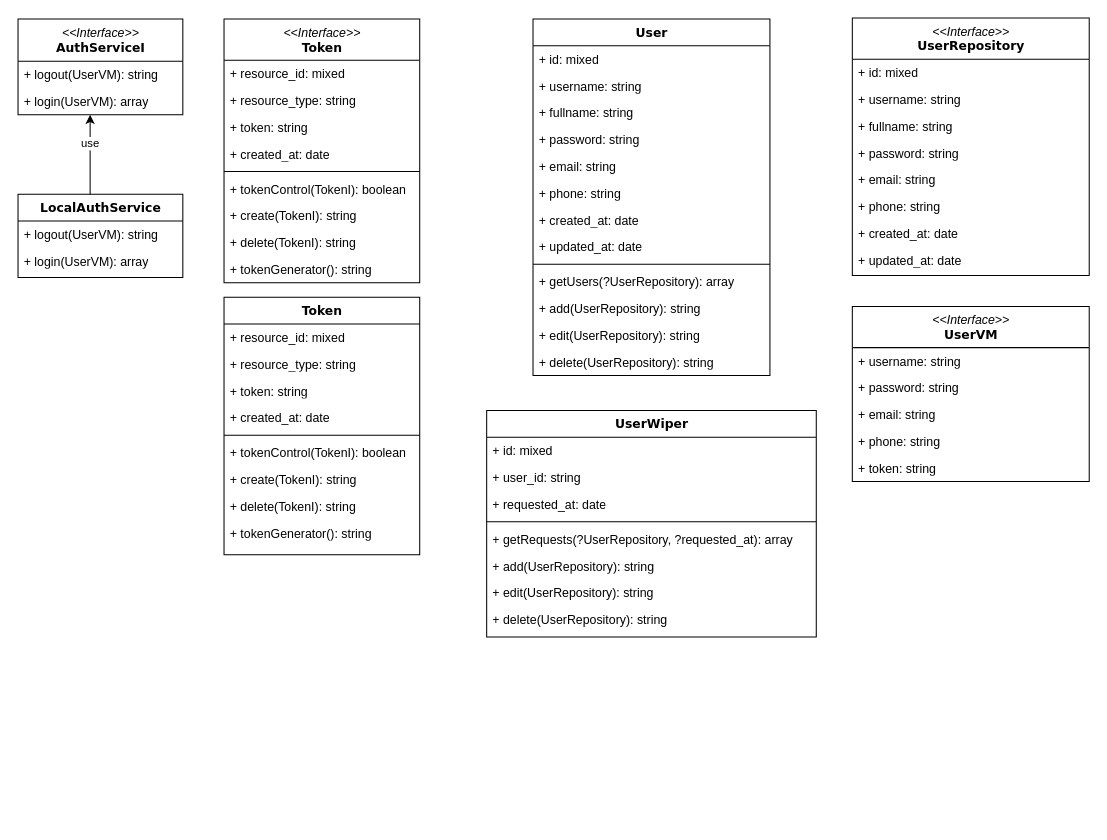
Before: UML/Auth, User Diagram.drawio in hasanuyanik/news-web-app, a draw.io diagram. Source tidied: cells renumbered, new cells numbered last; positions are measured from the earlier drawing's top-left corner, leaving out a move shared by most shapes. Both pictures are drawn from the tidied source at 103%, with x=0, y=0 at pixel (18, 18).
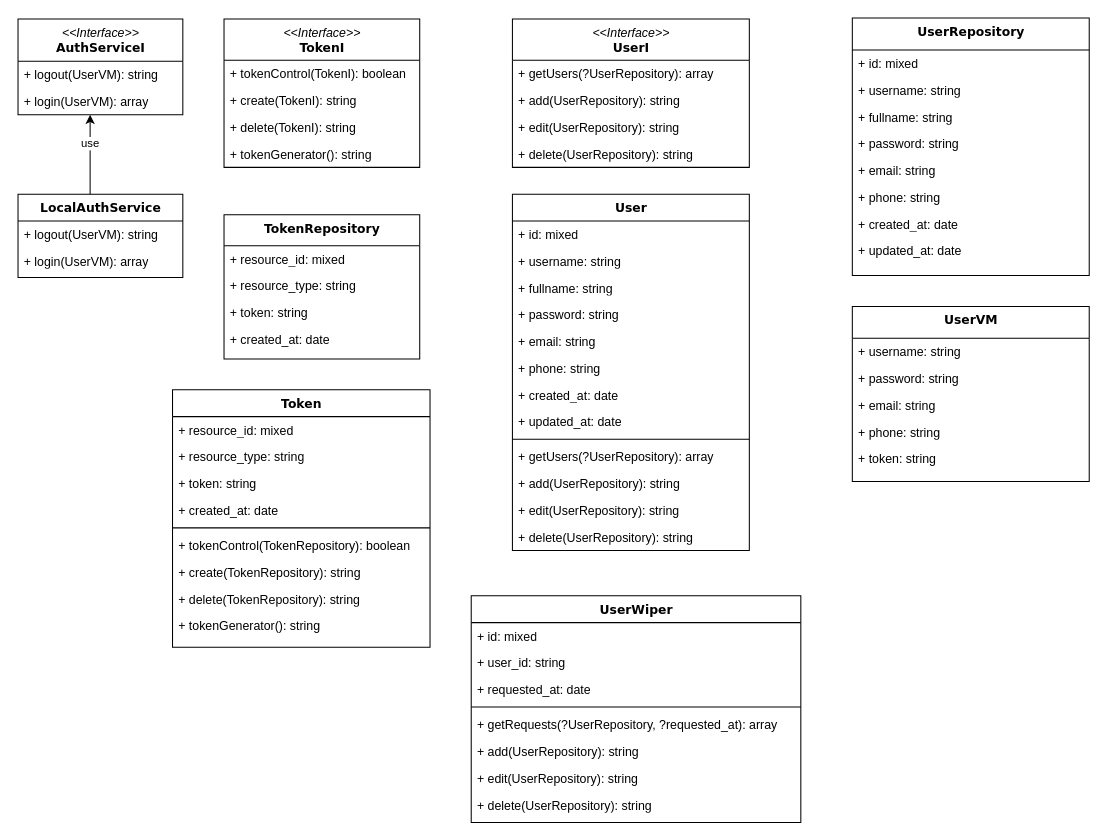
The same page after the edit.

The edit, as a diff of the source:
```diff
@@
     <mxCell id="2" value="User" style="swimlane;html=1;fontStyle=1;align=center;verticalAlign=top;horizontal=1;startSize=26;swimlaneFillColor=#ffffff;rounded=0;shadow=0;comic=0;labelBackgroundColor=none;strokeWidth=1;fillColor=none;fontFamily=Verdana;fontSize=12;" parent="1" vertex="1">
-      <mxGeometry x="500" y="1" width="230" height="346" as="geometry" />
+      <mxGeometry x="480" y="171" width="230" height="346" as="geometry" />
     </mxCell>
@@
     <mxCell id="16" value="Token" style="swimlane;html=1;fontStyle=1;align=center;verticalAlign=top;horizontal=1;startSize=26;swimlaneFillColor=#ffffff;rounded=0;shadow=0;comic=0;labelBackgroundColor=none;strokeWidth=1;fillColor=none;fontFamily=Verdana;fontSize=12;" parent="1" vertex="1">
-      <mxGeometry x="200" y="271" width="190" height="250" as="geometry" />
+      <mxGeometry x="150" y="361" width="250" height="250" as="geometry" />
     </mxCell>
     <mxCell id="17" value="+ resource_id: mixed" style="text;html=1;strokeColor=none;fillColor=none;align=left;verticalAlign=top;spacingLeft=4;spacingRight=4;whiteSpace=wrap;overflow=hidden;" parent="16" vertex="1">
-      <mxGeometry y="26" width="190" height="26" as="geometry" />
+      <mxGeometry y="26" width="250" height="26" as="geometry" />
     </mxCell>
     <mxCell id="18" value="+ resource_type: string" style="text;html=1;strokeColor=none;fillColor=none;align=left;verticalAlign=top;spacingLeft=4;spacingRight=4;whiteSpace=wrap;overflow=hidden;" parent="16" vertex="1">
-      <mxGeometry y="52" width="190" height="26" as="geometry" />
+      <mxGeometry y="52" width="250" height="26" as="geometry" />
     </mxCell>
     <mxCell id="19" value="+ token: string" style="text;html=1;strokeColor=none;fillColor=none;align=left;verticalAlign=top;spacingLeft=4;spacingRight=4;whiteSpace=wrap;overflow=hidden;" parent="16" vertex="1">
-      <mxGeometry y="78" width="190" height="26" as="geometry" />
+      <mxGeometry y="78" width="250" height="26" as="geometry" />
     </mxCell>
     <mxCell id="20" value="+ created_at: date" style="text;html=1;strokeColor=none;fillColor=none;align=left;verticalAlign=top;spacingLeft=4;spacingRight=4;whiteSpace=wrap;overflow=hidden;" parent="16" vertex="1">
-      <mxGeometry y="104" width="190" height="26" as="geometry" />
+      <mxGeometry y="104" width="250" height="26" as="geometry" />
     </mxCell>
     <mxCell id="21" style="line;html=1;strokeWidth=1;fillColor=none;align=left;verticalAlign=middle;spacingTop=-1;spacingLeft=3;spacingRight=3;labelPosition=right;" parent="16" vertex="1">
-      <mxGeometry y="130" width="190" height="8" as="geometry" />
+      <mxGeometry y="130" width="250" height="8" as="geometry" />
     </mxCell>
-    <mxCell id="22" value="+ tokenControl(TokenI): boolean" style="text;html=1;strokeColor=none;fillColor=none;align=left;verticalAlign=top;spacingLeft=4;spacingRight=4;whiteSpace=wrap;overflow=hidden;" parent="16" vertex="1">
-      <mxGeometry y="138" width="190" height="26" as="geometry" />
+    <mxCell id="22" value="+ tokenControl(TokenRepository): boolean" style="text;html=1;strokeColor=none;fillColor=none;align=left;verticalAlign=top;spacingLeft=4;spacingRight=4;whiteSpace=wrap;overflow=hidden;" parent="16" vertex="1">
+      <mxGeometry y="138" width="250" height="26" as="geometry" />
     </mxCell>
-    <mxCell id="23" value="+ create(TokenI): string" style="text;html=1;strokeColor=none;fillColor=none;align=left;verticalAlign=top;spacingLeft=4;spacingRight=4;whiteSpace=wrap;overflow=hidden;" parent="16" vertex="1">
-      <mxGeometry y="164" width="190" height="26" as="geometry" />
+    <mxCell id="23" value="+ create(TokenRepository): string" style="text;html=1;strokeColor=none;fillColor=none;align=left;verticalAlign=top;spacingLeft=4;spacingRight=4;whiteSpace=wrap;overflow=hidden;" parent="16" vertex="1">
+      <mxGeometry y="164" width="250" height="26" as="geometry" />
     </mxCell>
-    <mxCell id="24" value="+ delete(TokenI): string" style="text;html=1;strokeColor=none;fillColor=none;align=left;verticalAlign=top;spacingLeft=4;spacingRight=4;whiteSpace=wrap;overflow=hidden;" parent="16" vertex="1">
-      <mxGeometry y="190" width="190" height="26" as="geometry" />
+    <mxCell id="24" value="+ delete(TokenRepository): string" style="text;html=1;strokeColor=none;fillColor=none;align=left;verticalAlign=top;spacingLeft=4;spacingRight=4;whiteSpace=wrap;overflow=hidden;" parent="16" vertex="1">
+      <mxGeometry y="190" width="250" height="26" as="geometry" />
     </mxCell>
     <mxCell id="25" value="+ tokenGenerator(): string" style="text;html=1;strokeColor=none;fillColor=none;align=left;verticalAlign=top;spacingLeft=4;spacingRight=4;whiteSpace=wrap;overflow=hidden;" parent="16" vertex="1">
-      <mxGeometry y="216" width="190" height="26" as="geometry" />
+      <mxGeometry y="216" width="250" height="26" as="geometry" />
     </mxCell>
@@
     <mxCell id="34" value="UserWiper" style="swimlane;html=1;fontStyle=1;align=center;verticalAlign=top;horizontal=1;startSize=26;swimlaneFillColor=#ffffff;rounded=0;shadow=0;comic=0;labelBackgroundColor=none;strokeWidth=1;fillColor=none;fontFamily=Verdana;fontSize=12;" parent="1" vertex="1">
-      <mxGeometry x="455" y="381" width="320" height="220" as="geometry" />
+      <mxGeometry x="440" y="561" width="320" height="220" as="geometry" />
     </mxCell>
@@
-    <mxCell id="43" value="&lt;i style=&quot;font-family: &amp;#34;helvetica&amp;#34; ; font-weight: 400&quot;&gt;&amp;lt;&amp;lt;Interface&amp;gt;&amp;gt;&lt;br&gt;&lt;/i&gt;UserRepository" style="swimlane;html=1;fontStyle=1;align=center;verticalAlign=top;horizontal=1;startSize=40;swimlaneFillColor=#ffffff;rounded=0;shadow=0;comic=0;labelBackgroundColor=none;strokeWidth=1;fillColor=none;fontFamily=Verdana;fontSize=12;" parent="1" vertex="1">
+    <mxCell id="43" value="UserRepository" style="swimlane;html=1;fontStyle=1;align=center;verticalAlign=top;horizontal=1;startSize=31;swimlaneFillColor=#ffffff;rounded=0;shadow=0;comic=0;labelBackgroundColor=none;strokeWidth=1;fillColor=none;fontFamily=Verdana;fontSize=12;" parent="1" vertex="1">
       <mxGeometry x="810" width="230" height="250" as="geometry" />
     </mxCell>
     <mxCell id="44" value="+ id: mixed" style="text;html=1;strokeColor=none;fillColor=none;align=left;verticalAlign=top;spacingLeft=4;spacingRight=4;whiteSpace=wrap;overflow=hidden;" parent="43" vertex="1">
-      <mxGeometry y="40" width="230" height="26" as="geometry" />
+      <mxGeometry y="31" width="230" height="26" as="geometry" />
     </mxCell>
     <mxCell id="45" value="+ username: string" style="text;html=1;strokeColor=none;fillColor=none;align=left;verticalAlign=top;spacingLeft=4;spacingRight=4;whiteSpace=wrap;overflow=hidden;" parent="43" vertex="1">
-      <mxGeometry y="66" width="230" height="26" as="geometry" />
+      <mxGeometry y="57" width="230" height="26" as="geometry" />
     </mxCell>
     <mxCell id="46" value="+ fullname: string" style="text;html=1;strokeColor=none;fillColor=none;align=left;verticalAlign=top;spacingLeft=4;spacingRight=4;whiteSpace=wrap;overflow=hidden;" parent="43" vertex="1">
-      <mxGeometry y="92" width="230" height="26" as="geometry" />
+      <mxGeometry y="83" width="230" height="26" as="geometry" />
     </mxCell>
     <mxCell id="47" value="+ password: string" style="text;html=1;strokeColor=none;fillColor=none;align=left;verticalAlign=top;spacingLeft=4;spacingRight=4;whiteSpace=wrap;overflow=hidden;" parent="43" vertex="1">
-      <mxGeometry y="118" width="230" height="26" as="geometry" />
+      <mxGeometry y="109" width="230" height="26" as="geometry" />
     </mxCell>
     <mxCell id="48" value="+ email: string" style="text;html=1;strokeColor=none;fillColor=none;align=left;verticalAlign=top;spacingLeft=4;spacingRight=4;whiteSpace=wrap;overflow=hidden;" parent="43" vertex="1">
-      <mxGeometry y="144" width="230" height="26" as="geometry" />
+      <mxGeometry y="135" width="230" height="26" as="geometry" />
     </mxCell>
     <mxCell id="49" value="+ phone: string" style="text;html=1;strokeColor=none;fillColor=none;align=left;verticalAlign=top;spacingLeft=4;spacingRight=4;whiteSpace=wrap;overflow=hidden;" parent="43" vertex="1">
-      <mxGeometry y="170" width="230" height="26" as="geometry" />
+      <mxGeometry y="161" width="230" height="26" as="geometry" />
     </mxCell>
     <mxCell id="50" value="+ created_at: date" style="text;html=1;strokeColor=none;fillColor=none;align=left;verticalAlign=top;spacingLeft=4;spacingRight=4;whiteSpace=wrap;overflow=hidden;" parent="43" vertex="1">
-      <mxGeometry y="196" width="230" height="26" as="geometry" />
+      <mxGeometry y="187" width="230" height="26" as="geometry" />
     </mxCell>
     <mxCell id="51" value="+ updated_at: date" style="text;html=1;strokeColor=none;fillColor=none;align=left;verticalAlign=top;spacingLeft=4;spacingRight=4;whiteSpace=wrap;overflow=hidden;" parent="43" vertex="1">
-      <mxGeometry y="222" width="230" height="26" as="geometry" />
+      <mxGeometry y="213" width="230" height="26" as="geometry" />
     </mxCell>
-    <mxCell id="52" value="&lt;i style=&quot;font-family: &amp;#34;helvetica&amp;#34; ; font-weight: 400&quot;&gt;&amp;lt;&amp;lt;Interface&amp;gt;&amp;gt;&lt;br&gt;&lt;/i&gt;UserVM" style="swimlane;html=1;fontStyle=1;align=center;verticalAlign=top;horizontal=1;startSize=40;swimlaneFillColor=#ffffff;rounded=0;shadow=0;comic=0;labelBackgroundColor=none;strokeWidth=1;fillColor=none;fontFamily=Verdana;fontSize=12;" parent="1" vertex="1">
+    <mxCell id="52" value="UserVM" style="swimlane;html=1;fontStyle=1;align=center;verticalAlign=top;horizontal=1;startSize=31;swimlaneFillColor=#ffffff;rounded=0;shadow=0;comic=0;labelBackgroundColor=none;strokeWidth=1;fillColor=none;fontFamily=Verdana;fontSize=12;" parent="1" vertex="1">
       <mxGeometry x="810" y="280" width="230" height="170" as="geometry" />
     </mxCell>
     <mxCell id="53" value="+ username: string" style="text;html=1;strokeColor=none;fillColor=none;align=left;verticalAlign=top;spacingLeft=4;spacingRight=4;whiteSpace=wrap;overflow=hidden;" parent="52" vertex="1">
-      <mxGeometry y="40" width="230" height="26" as="geometry" />
+      <mxGeometry y="31" width="230" height="26" as="geometry" />
     </mxCell>
     <mxCell id="54" value="+ password: string" style="text;html=1;strokeColor=none;fillColor=none;align=left;verticalAlign=top;spacingLeft=4;spacingRight=4;whiteSpace=wrap;overflow=hidden;" parent="52" vertex="1">
-      <mxGeometry y="66" width="230" height="26" as="geometry" />
+      <mxGeometry y="57" width="230" height="26" as="geometry" />
     </mxCell>
     <mxCell id="55" value="+ email: string" style="text;html=1;strokeColor=none;fillColor=none;align=left;verticalAlign=top;spacingLeft=4;spacingRight=4;whiteSpace=wrap;overflow=hidden;" parent="52" vertex="1">
-      <mxGeometry y="92" width="230" height="26" as="geometry" />
+      <mxGeometry y="83" width="230" height="26" as="geometry" />
     </mxCell>
     <mxCell id="56" value="+ phone: string" style="text;html=1;strokeColor=none;fillColor=none;align=left;verticalAlign=top;spacingLeft=4;spacingRight=4;whiteSpace=wrap;overflow=hidden;" parent="52" vertex="1">
-      <mxGeometry y="118" width="230" height="26" as="geometry" />
+      <mxGeometry y="109" width="230" height="26" as="geometry" />
     </mxCell>
     <mxCell id="57" value="+ token: string" style="text;html=1;strokeColor=none;fillColor=none;align=left;verticalAlign=top;spacingLeft=4;spacingRight=4;whiteSpace=wrap;overflow=hidden;" parent="52" vertex="1">
-      <mxGeometry y="144" width="230" height="26" as="geometry" />
+      <mxGeometry y="135" width="230" height="26" as="geometry" />
     </mxCell>
-    <mxCell id="58" value="&lt;i style=&quot;font-family: &amp;#34;helvetica&amp;#34; ; font-weight: 400&quot;&gt;&amp;lt;&amp;lt;Interface&amp;gt;&amp;gt;&lt;br&gt;&lt;/i&gt;Token" style="swimlane;html=1;fontStyle=1;align=center;verticalAlign=top;horizontal=1;startSize=40;swimlaneFillColor=#ffffff;rounded=0;shadow=0;comic=0;labelBackgroundColor=none;strokeWidth=1;fillColor=none;fontFamily=Verdana;fontSize=12;" parent="1" vertex="1">
-      <mxGeometry x="200" y="1" width="190" height="256" as="geometry" />
+    <mxCell id="58" value="TokenRepository" style="swimlane;html=1;fontStyle=1;align=center;verticalAlign=top;horizontal=1;startSize=30;swimlaneFillColor=#ffffff;rounded=0;shadow=0;comic=0;labelBackgroundColor=none;strokeWidth=1;fillColor=none;fontFamily=Verdana;fontSize=12;" parent="1" vertex="1">
+      <mxGeometry x="200" y="191" width="190" height="140" as="geometry" />
     </mxCell>
     <mxCell id="59" value="+ resource_id: mixed" style="text;html=1;strokeColor=none;fillColor=none;align=left;verticalAlign=top;spacingLeft=4;spacingRight=4;whiteSpace=wrap;overflow=hidden;" parent="58" vertex="1">
-      <mxGeometry y="40" width="190" height="26" as="geometry" />
+      <mxGeometry y="30" width="190" height="26" as="geometry" />
     </mxCell>
     <mxCell id="60" value="+ resource_type: string" style="text;html=1;strokeColor=none;fillColor=none;align=left;verticalAlign=top;spacingLeft=4;spacingRight=4;whiteSpace=wrap;overflow=hidden;" parent="58" vertex="1">
-      <mxGeometry y="66" width="190" height="26" as="geometry" />
+      <mxGeometry y="56" width="190" height="26" as="geometry" />
     </mxCell>
     <mxCell id="61" value="+ token: string" style="text;html=1;strokeColor=none;fillColor=none;align=left;verticalAlign=top;spacingLeft=4;spacingRight=4;whiteSpace=wrap;overflow=hidden;" parent="58" vertex="1">
-      <mxGeometry y="92" width="190" height="26" as="geometry" />
+      <mxGeometry y="82" width="190" height="26" as="geometry" />
     </mxCell>
     <mxCell id="62" value="+ created_at: date" style="text;html=1;strokeColor=none;fillColor=none;align=left;verticalAlign=top;spacingLeft=4;spacingRight=4;whiteSpace=wrap;overflow=hidden;" parent="58" vertex="1">
-      <mxGeometry y="118" width="190" height="26" as="geometry" />
+      <mxGeometry y="108" width="190" height="26" as="geometry" />
     </mxCell>
-    <mxCell id="63" style="line;html=1;strokeWidth=1;fillColor=none;align=left;verticalAlign=middle;spacingTop=-1;spacingLeft=3;spacingRight=3;labelPosition=right;" parent="58" vertex="1">
-      <mxGeometry y="144" width="190" height="8" as="geometry" />
-    </mxCell>
+    <mxCell id="68" value="&lt;i style=&quot;font-family: &amp;#34;helvetica&amp;#34; ; font-weight: 400&quot;&gt;&amp;lt;&amp;lt;Interface&amp;gt;&amp;gt;&lt;br&gt;&lt;/i&gt;TokenI" style="swimlane;html=1;fontStyle=1;align=center;verticalAlign=top;horizontal=1;startSize=40;swimlaneFillColor=#ffffff;rounded=0;shadow=0;comic=0;labelBackgroundColor=none;strokeWidth=1;fillColor=none;fontFamily=Verdana;fontSize=12;" parent="1" vertex="1">
+      <mxGeometry x="200" y="1" width="190" height="144" as="geometry" />
+    </mxCell>
-    <mxCell id="64" value="+ tokenControl(TokenI): boolean" style="text;html=1;strokeColor=none;fillColor=none;align=left;verticalAlign=top;spacingLeft=4;spacingRight=4;whiteSpace=wrap;overflow=hidden;" parent="58" vertex="1">
-      <mxGeometry y="152" width="190" height="26" as="geometry" />
+    <mxCell id="64" value="+ tokenControl(TokenI): boolean" style="text;html=1;strokeColor=none;fillColor=none;align=left;verticalAlign=top;spacingLeft=4;spacingRight=4;whiteSpace=wrap;overflow=hidden;" parent="68" vertex="1">
+      <mxGeometry y="40" width="190" height="26" as="geometry" />
     </mxCell>
-    <mxCell id="65" value="+ create(TokenI): string" style="text;html=1;strokeColor=none;fillColor=none;align=left;verticalAlign=top;spacingLeft=4;spacingRight=4;whiteSpace=wrap;overflow=hidden;" parent="58" vertex="1">
-      <mxGeometry y="178" width="190" height="26" as="geometry" />
+    <mxCell id="65" value="+ create(TokenI): string" style="text;html=1;strokeColor=none;fillColor=none;align=left;verticalAlign=top;spacingLeft=4;spacingRight=4;whiteSpace=wrap;overflow=hidden;" parent="68" vertex="1">
+      <mxGeometry y="66" width="190" height="26" as="geometry" />
     </mxCell>
-    <mxCell id="66" value="+ delete(TokenI): string" style="text;html=1;strokeColor=none;fillColor=none;align=left;verticalAlign=top;spacingLeft=4;spacingRight=4;whiteSpace=wrap;overflow=hidden;" parent="58" vertex="1">
-      <mxGeometry y="204" width="190" height="26" as="geometry" />
+    <mxCell id="66" value="+ delete(TokenI): string" style="text;html=1;strokeColor=none;fillColor=none;align=left;verticalAlign=top;spacingLeft=4;spacingRight=4;whiteSpace=wrap;overflow=hidden;" parent="68" vertex="1">
+      <mxGeometry y="92" width="190" height="26" as="geometry" />
     </mxCell>
-    <mxCell id="67" value="+ tokenGenerator(): string" style="text;html=1;strokeColor=none;fillColor=none;align=left;verticalAlign=top;spacingLeft=4;spacingRight=4;whiteSpace=wrap;overflow=hidden;" parent="58" vertex="1">
-      <mxGeometry y="230" width="190" height="26" as="geometry" />
+    <mxCell id="67" value="+ tokenGenerator(): string" style="text;html=1;strokeColor=none;fillColor=none;align=left;verticalAlign=top;spacingLeft=4;spacingRight=4;whiteSpace=wrap;overflow=hidden;" parent="68" vertex="1">
+      <mxGeometry y="118" width="190" height="26" as="geometry" />
     </mxCell>
+    <mxCell id="69" value="&lt;i style=&quot;font-family: &amp;#34;helvetica&amp;#34; ; font-weight: 400&quot;&gt;&amp;lt;&amp;lt;Interface&amp;gt;&amp;gt;&lt;br&gt;&lt;/i&gt;UserI" style="swimlane;html=1;fontStyle=1;align=center;verticalAlign=top;horizontal=1;startSize=40;swimlaneFillColor=#ffffff;rounded=0;shadow=0;comic=0;labelBackgroundColor=none;strokeWidth=1;fillColor=none;fontFamily=Verdana;fontSize=12;" parent="1" vertex="1">
+      <mxGeometry x="480" y="1" width="230" height="144" as="geometry" />
+    </mxCell>
+    <mxCell id="70" value="+ getUsers(?UserRepository): array" style="text;html=1;strokeColor=none;fillColor=none;align=left;verticalAlign=top;spacingLeft=4;spacingRight=4;whiteSpace=wrap;overflow=hidden;" parent="69" vertex="1">
+      <mxGeometry y="40" width="230" height="26" as="geometry" />
+    </mxCell>
+    <mxCell id="71" value="+ add(UserRepository): string" style="text;html=1;strokeColor=none;fillColor=none;align=left;verticalAlign=top;spacingLeft=4;spacingRight=4;whiteSpace=wrap;overflow=hidden;" parent="69" vertex="1">
+      <mxGeometry y="66" width="230" height="26" as="geometry" />
+    </mxCell>
+    <mxCell id="72" value="+ edit(UserRepository): string" style="text;html=1;strokeColor=none;fillColor=none;align=left;verticalAlign=top;spacingLeft=4;spacingRight=4;whiteSpace=wrap;overflow=hidden;" parent="69" vertex="1">
+      <mxGeometry y="92" width="230" height="26" as="geometry" />
+    </mxCell>
+    <mxCell id="73" value="+ delete(UserRepository): string" style="text;html=1;strokeColor=none;fillColor=none;align=left;verticalAlign=top;spacingLeft=4;spacingRight=4;whiteSpace=wrap;overflow=hidden;" parent="69" vertex="1">
+      <mxGeometry y="118" width="230" height="26" as="geometry" />
+    </mxCell>
```
